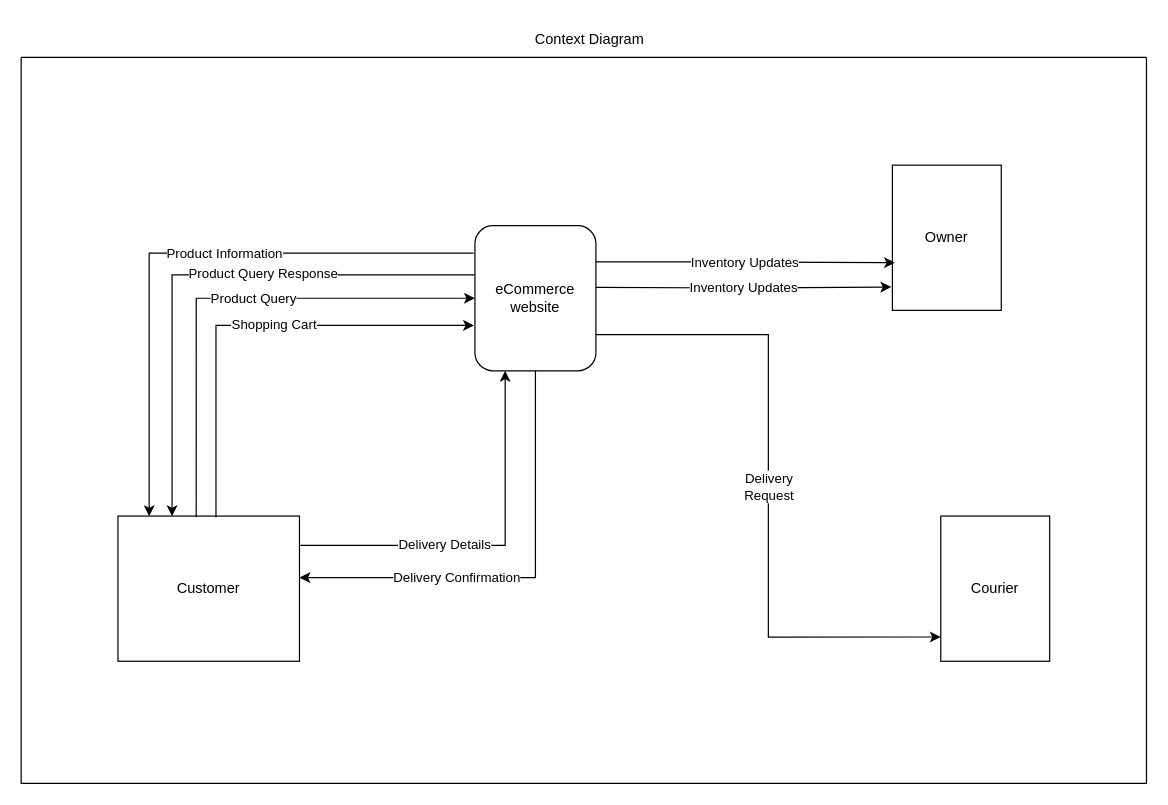
This is Deliverable 2/Diagrams/Context Diagram/context diagram.drawio from otsilemodiselle/ITECA_Project, a draw.io file, before an edit. Source tidied: cells renumbered, new cells numbered last; positions are measured from the earlier drawing's top-left corner, leaving out a move shared by most shapes. Both pictures are drawn from the tidied source at 121%, with x=0, y=0 at pixel (21, 21).
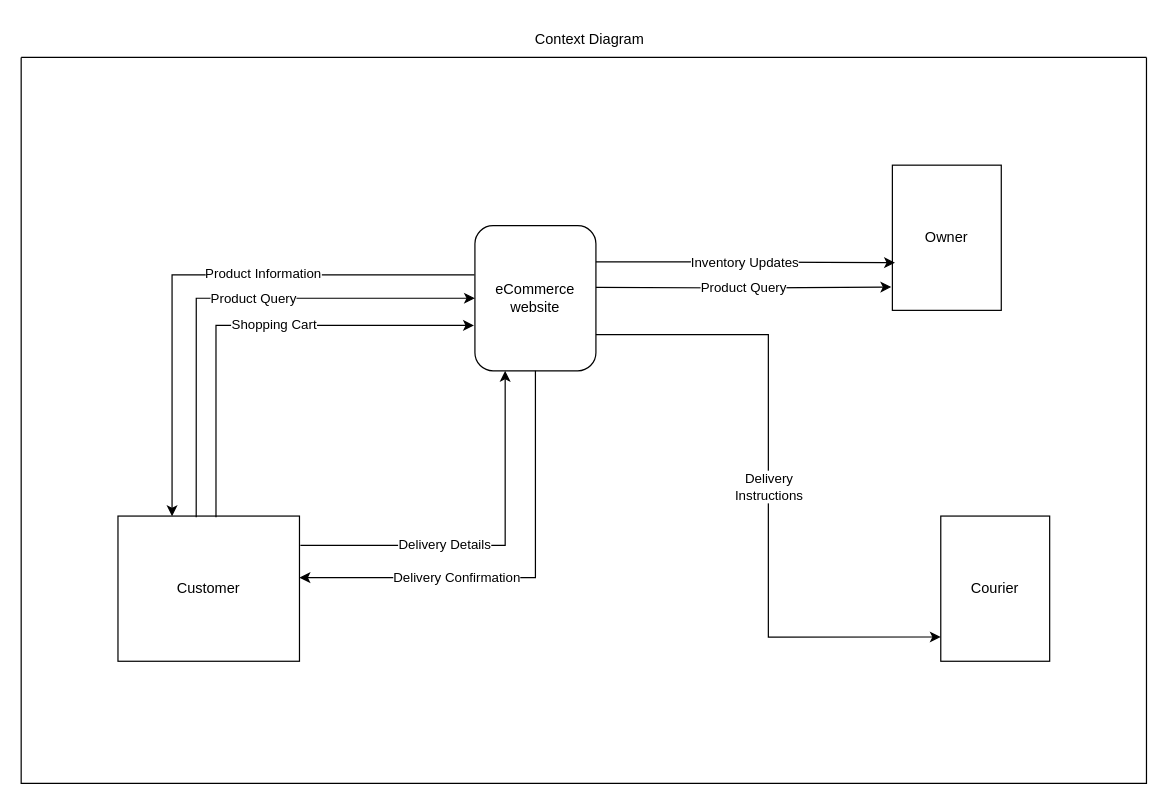
After the change.

Unchanged cells that the change refers to:
```xml
<mxCell id="2" style="swimlane;startSize=0;" parent="1" vertex="1">
  <mxGeometry y="30" width="930" height="600" as="geometry" />
</mxCell>
<mxCell id="4" value="eCommerce&lt;div&gt;website&lt;/div&gt;" style="rounded=1;whiteSpace=wrap;html=1;" parent="2" vertex="1">
  <mxGeometry x="375" y="139" width="100" height="120" as="geometry" />
</mxCell>
<mxCell id="5" value="Customer" style="rounded=0;whiteSpace=wrap;html=1;" parent="2" vertex="1">
  <mxGeometry x="80" y="379" width="150" height="120" as="geometry" />
</mxCell>
<mxCell id="6" value="Courier" style="rounded=0;whiteSpace=wrap;html=1;" parent="2" vertex="1">
  <mxGeometry x="760" y="379" width="90" height="120" as="geometry" />
</mxCell>
<mxCell id="7" value="Owner" style="rounded=0;whiteSpace=wrap;html=1;" parent="2" vertex="1">
  <mxGeometry x="720" y="89" width="90" height="120" as="geometry" />
</mxCell>
```

What changed in the source:
```diff
@@
-    <mxCell id="3" value="Product Information" style="edgeStyle=orthogonalEdgeStyle;rounded=0;jettySize=auto;html=1;exitX=-0.011;exitY=0.189;exitDx=0;exitDy=0;entryX=0.172;entryY=0.001;entryDx=0;entryDy=0;entryPerimeter=0;exitPerimeter=0;" parent="2" edge="1" source="4" target="5">
-      <mxGeometry x="-0.15" relative="1" as="geometry" />
-    </mxCell>
@@
-    <mxCell id="8" value="Product Query Response" style="edgeStyle=orthogonalEdgeStyle;rounded=0;jettySize=auto;html=1;entryX=0.298;entryY=0.001;entryDx=0;entryDy=0;exitX=-0.004;exitY=0.339;exitDx=0;exitDy=0;exitPerimeter=0;entryPerimeter=0;" parent="2" edge="1" source="4" target="5">
+    <mxCell id="8" value="Product Information" style="edgeStyle=orthogonalEdgeStyle;rounded=0;jettySize=auto;html=1;entryX=0.298;entryY=0.001;entryDx=0;entryDy=0;exitX=-0.004;exitY=0.339;exitDx=0;exitDy=0;exitPerimeter=0;entryPerimeter=0;" parent="2" edge="1" source="4" target="5">
       <mxGeometry x="-0.22" y="-1" relative="1" as="geometry" />
     </mxCell>
@@
-    <mxCell id="12" value="Delivery&lt;div&gt;Request&lt;/div&gt;" style="edgeStyle=orthogonalEdgeStyle;rounded=0;jettySize=auto;html=1;exitX=1;exitY=0.75;exitDx=0;exitDy=0;entryX=0;entryY=0.833;entryDx=0;entryDy=0;entryPerimeter=0;" parent="2" edge="1" source="4" target="6">
+    <mxCell id="12" value="Delivery&lt;div&gt;Instructions&lt;/div&gt;" style="edgeStyle=orthogonalEdgeStyle;rounded=0;jettySize=auto;html=1;exitX=1;exitY=0.75;exitDx=0;exitDy=0;entryX=0;entryY=0.833;entryDx=0;entryDy=0;entryPerimeter=0;" parent="2" edge="1" source="4" target="6">
       <mxGeometry relative="1" as="geometry" />
     </mxCell>
@@
-    <mxCell id="15" value="Inventory Updates" style="edgeStyle=orthogonalEdgeStyle;rounded=0;jettySize=auto;html=1;exitX=1;exitY=0.25;exitDx=0;exitDy=0;entryX=-0.01;entryY=0.839;entryDx=0;entryDy=0;entryPerimeter=0;" parent="2" edge="1" target="7">
+    <mxCell id="15" value="Product Query" style="edgeStyle=orthogonalEdgeStyle;rounded=0;jettySize=auto;html=1;exitX=1;exitY=0.25;exitDx=0;exitDy=0;entryX=-0.01;entryY=0.839;entryDx=0;entryDy=0;entryPerimeter=0;" parent="2" edge="1" target="7">
       <mxGeometry relative="1" as="geometry">
         <mxPoint x="475" y="190" as="sourcePoint" />
       </mxGeometry>
     </mxCell>
```
